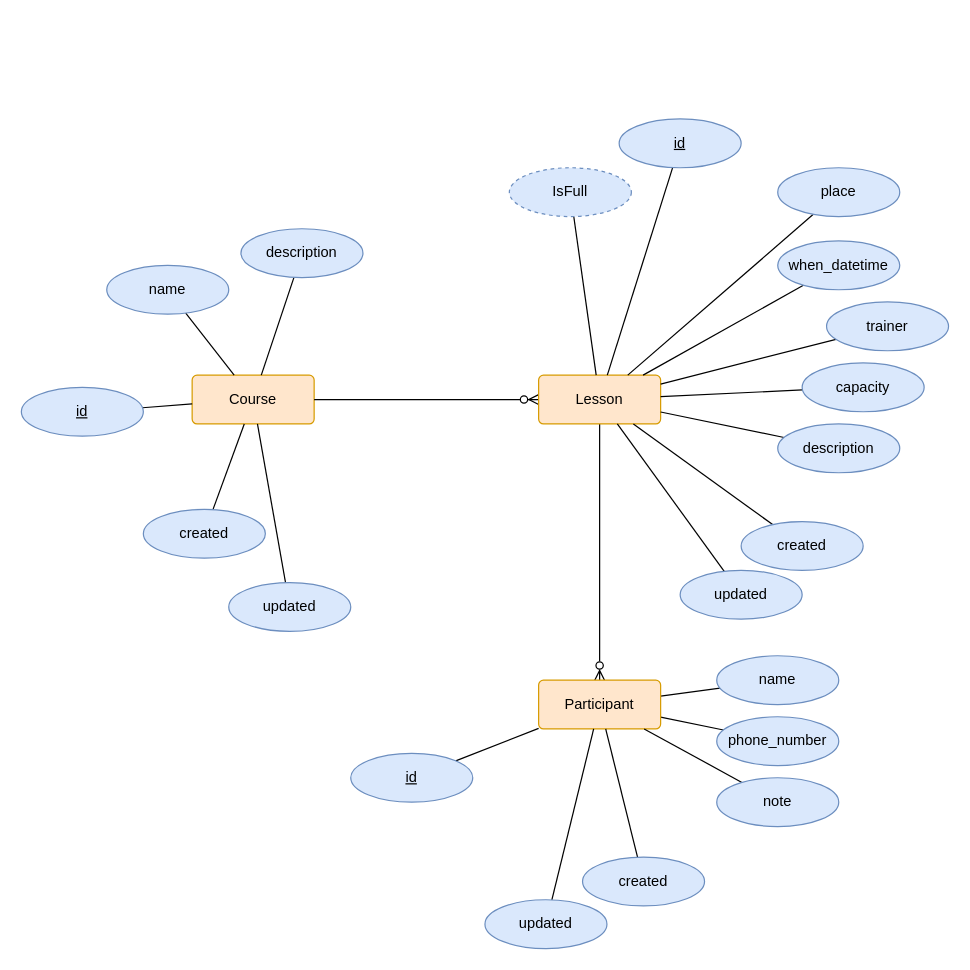
Before: entities.drawio in Trawais/dog-training-reservations, a draw.io diagram. Source tidied: cells renumbered, new cells numbered last; positions are measured from the earlier drawing's top-left corner, leaving out a move shared by most shapes. Both pictures are drawn from the tidied source at 122%, with x=0, y=0 at pixel (21, 118).
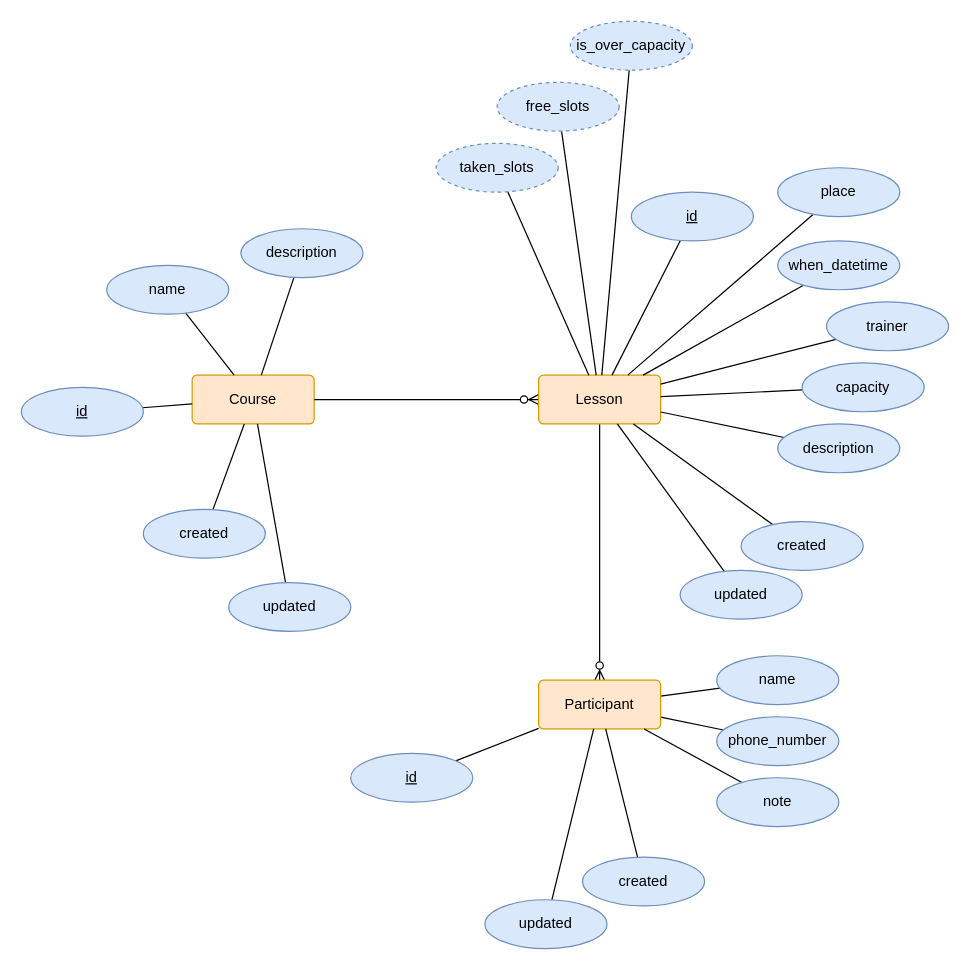
The same page after the edit.

The change refers to these unchanged cells:
```xml
<mxCell id="7" value="Lesson" style="rounded=1;arcSize=10;whiteSpace=wrap;html=1;align=center;fillColor=#ffe6cc;strokeColor=#d79b00;" parent="1" vertex="1">
  <mxGeometry x="424" y="210" width="100" height="40" as="geometry" />
</mxCell>
```

Change to the diagram source:
```diff
@@
     <mxCell id="13" value="id" style="ellipse;whiteSpace=wrap;html=1;align=center;fontStyle=4;fillColor=#dae8fc;strokeColor=#6c8ebf;" parent="1" vertex="1">
-      <mxGeometry x="490" width="100" height="40" as="geometry" />
+      <mxGeometry x="500" y="60" width="100" height="40" as="geometry" />
     </mxCell>
@@
-    <mxCell id="28" value="IsFull" style="ellipse;whiteSpace=wrap;html=1;align=center;dashed=1;fillColor=#dae8fc;strokeColor=#6c8ebf;" parent="1" vertex="1">
-      <mxGeometry x="400" y="40" width="100" height="40" as="geometry" />
+    <mxCell id="28" value="is_over_capacity" style="ellipse;whiteSpace=wrap;html=1;align=center;dashed=1;fillColor=#dae8fc;strokeColor=#6c8ebf;" parent="1" vertex="1">
+      <mxGeometry x="450" y="-80" width="100" height="40" as="geometry" />
     </mxCell>
@@
+    <mxCell id="47" style="rounded=0;jettySize=auto;html=1;endArrow=none;endFill=0;" parent="1" edge="1" source="48" target="7">
+      <mxGeometry relative="1" as="geometry" />
+    </mxCell>
+    <mxCell id="48" value="free_slots" style="ellipse;whiteSpace=wrap;html=1;align=center;dashed=1;fillColor=#dae8fc;strokeColor=#6c8ebf;" parent="1" vertex="1">
+      <mxGeometry x="390" y="-30" width="100" height="40" as="geometry" />
+    </mxCell>
+    <mxCell id="49" style="edgeStyle=none;rounded=0;jettySize=auto;html=1;endArrow=none;endFill=0;" parent="1" edge="1" source="50" target="7">
+      <mxGeometry relative="1" as="geometry" />
+    </mxCell>
+    <mxCell id="50" value="taken_slots" style="ellipse;whiteSpace=wrap;html=1;align=center;dashed=1;fillColor=#dae8fc;strokeColor=#6c8ebf;" parent="1" vertex="1">
+      <mxGeometry x="340" y="20" width="100" height="40" as="geometry" />
+    </mxCell>
```
